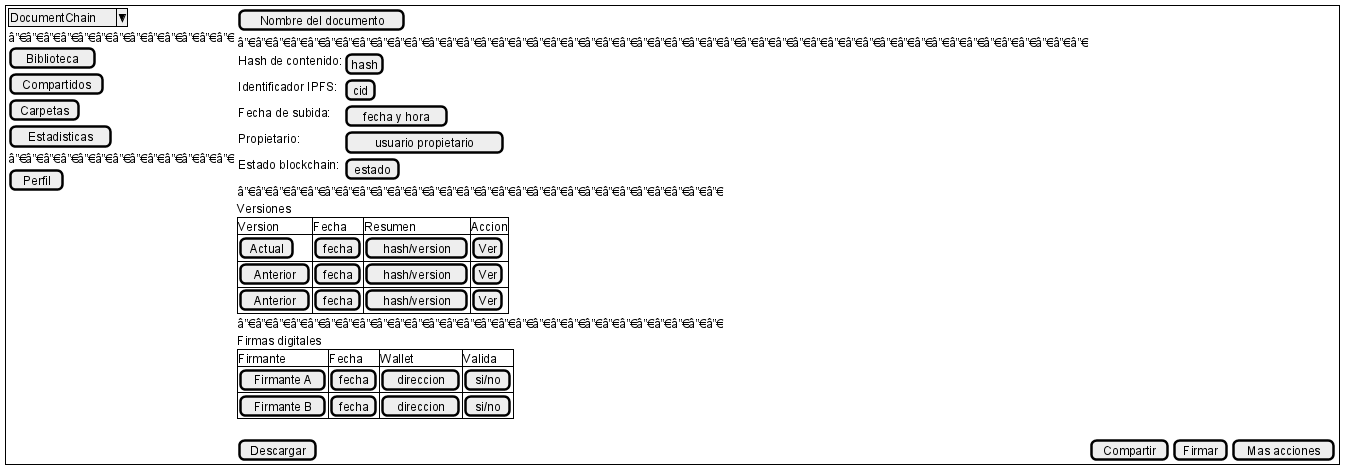
Above: anexos/diagramas/ui-document-detail.png in ErDeivih/DocumentChain (PlantUML), before the change.
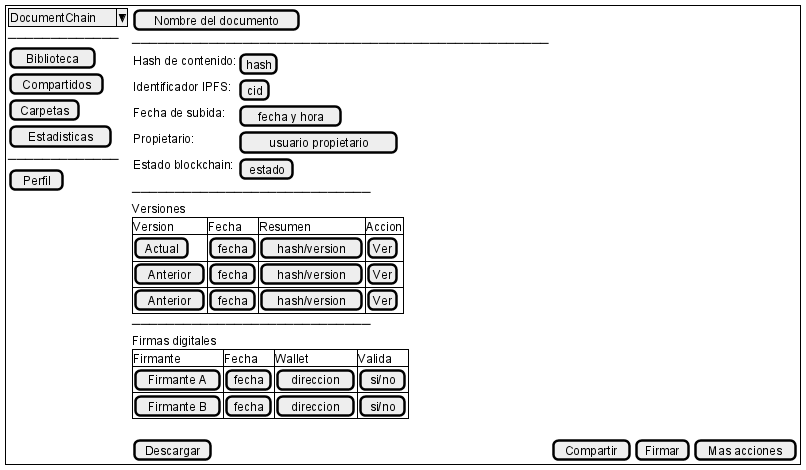
After the commit.

What changed in the source:
```diff
@@ -3,17 +3,17 @@
   {
     {
       ^DocumentChain^
-      â”€â”€â”€â”€â”€â”€â”€â”€â”€â”€â”€â”€â”€
+      ─────────────
       [Biblioteca]
       [Compartidos]
       [Carpetas]
       [Estadisticas]
-      â”€â”€â”€â”€â”€â”€â”€â”€â”€â”€â”€â”€â”€
+      ─────────────
       [Perfil]
     } |
     {
       [Nombre del documento]
-      â”€â”€â”€â”€â”€â”€â”€â”€â”€â”€â”€â”€â”€â”€â”€â”€â”€â”€â”€â”€â”€â”€â”€â”€â”€â”€â”€â”€â”€â”€â”€â”€â”€â”€â”€â”€â”€â”€â”€â”€â”€â”€â”€â”€â”€â”€â”€â”€â”€
+      ─────────────────────────────────────────────────
       {
         Hash de contenido: | [hash]
         Identificador IPFS: | [cid]
@@ -21,7 +21,7 @@
         Propietario: | [usuario propietario]
         Estado blockchain: | [estado]
       }
-      â”€â”€â”€â”€â”€â”€â”€â”€â”€â”€â”€â”€â”€â”€â”€â”€â”€â”€â”€â”€â”€â”€â”€â”€â”€â”€â”€â”€
+      ────────────────────────────
       Versiones
       {#
         Version | Fecha | Resumen | Accion
@@ -29,7 +29,7 @@
         [Anterior] | [fecha] | [hash/version] | [Ver]
         [Anterior] | [fecha] | [hash/version] | [Ver]
       }
-      â”€â”€â”€â”€â”€â”€â”€â”€â”€â”€â”€â”€â”€â”€â”€â”€â”€â”€â”€â”€â”€â”€â”€â”€â”€â”€â”€â”€
+      ────────────────────────────
       Firmas digitales
       {#
         Firmante | Fecha | Wallet | Valida
```
